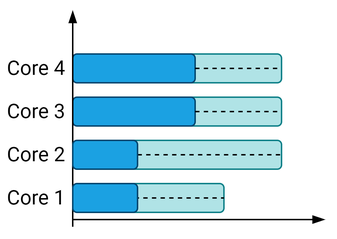
The draw.io diagram Notes/TFM_presentations/final/figures/drawings/state_example_merged_3.png in jmigual/APATeoria, before a commit. Source tidied: cells renumbered, new cells last; positions are measured from the earlier drawing's top-left corner, leaving out a move shared by most shapes. Source of this version:
```xml
<mxGraphModel math="1">
  <root>
    <mxCell id="0" />
    <mxCell id="1" parent="0" />
    <mxCell id="2" style="rounded=1;whiteSpace=wrap;html=1;align=center;fillColor=#b0e3e6;strokeColor=#0e8088;comic=0;fontSize=14;fontFamily=Roboto;FType=g;" parent="1" vertex="1">
      <mxGeometry x="75" y="120" width="80" height="20" as="geometry" />
    </mxCell>
    <mxCell id="3" value="Core 1" style="text;html=1;strokeColor=none;fillColor=none;align=center;verticalAlign=middle;whiteSpace=wrap;rounded=0;fontSize=14;fontColor=#000000;fontFamily=Roboto;FType=g;" parent="1" vertex="1">
      <mxGeometry y="120" width="50" height="20" as="geometry" />
    </mxCell>
    <mxCell id="4" value="Core 2" style="text;html=1;strokeColor=none;fillColor=none;align=center;verticalAlign=middle;whiteSpace=wrap;rounded=0;fontSize=14;fontColor=#000000;fontFamily=Roboto;FType=g;" parent="1" vertex="1">
      <mxGeometry y="90" width="50" height="20" as="geometry" />
    </mxCell>
    <mxCell id="5" value="Core 3" style="text;html=1;strokeColor=none;fillColor=none;align=center;verticalAlign=middle;whiteSpace=wrap;rounded=0;fontSize=14;fontColor=#000000;fontFamily=Roboto;FType=g;" parent="1" vertex="1">
      <mxGeometry y="60" width="50" height="20" as="geometry" />
    </mxCell>
    <mxCell id="6" style="endArrow=blockThin;html=1;endFill=1;fontFamily=Roboto;FType=g;" parent="1" edge="1">
      <mxGeometry relative="1" as="geometry">
        <mxPoint x="50" y="145" as="sourcePoint" />
        <mxPoint x="225" y="145" as="targetPoint" />
      </mxGeometry>
    </mxCell>
    <mxCell id="7" value="Core 4" style="text;html=1;strokeColor=none;fillColor=none;align=center;verticalAlign=middle;whiteSpace=wrap;rounded=0;fontSize=14;fontColor=#000000;fontFamily=Roboto;FType=g;" parent="1" vertex="1">
      <mxGeometry y="30" width="50" height="20" as="geometry" />
    </mxCell>
    <mxCell id="8" style="endArrow=none;dashed=1;html=1;entryX=1;entryY=0.5;entryDx=0;entryDy=0;exitX=0;exitY=0.5;exitDx=0;exitDy=0;" parent="1" edge="1" source="2" target="2">
      <mxGeometry relative="1" as="geometry" />
    </mxCell>
    <mxCell id="9" style="rounded=1;whiteSpace=wrap;html=1;align=center;fillColor=#b0e3e6;strokeColor=#0e8088;comic=0;fontSize=14;fontFamily=Roboto;FType=g;" parent="1" vertex="1">
      <mxGeometry x="65" y="90" width="130" height="20" as="geometry" />
    </mxCell>
    <mxCell id="10" style="endArrow=none;dashed=1;html=1;entryX=1;entryY=0.5;entryDx=0;entryDy=0;exitX=1;exitY=0.5;exitDx=0;exitDy=0;" parent="1" edge="1" source="19" target="9">
      <mxGeometry relative="1" as="geometry" />
    </mxCell>
    <mxCell id="11" style="rounded=1;whiteSpace=wrap;html=1;align=center;fillColor=#b0e3e6;strokeColor=#0e8088;comic=0;fontSize=14;fontFamily=Roboto;FType=g;" parent="1" vertex="1">
      <mxGeometry x="65" y="60" width="130" height="20" as="geometry" />
    </mxCell>
    <mxCell id="12" style="rounded=1;whiteSpace=wrap;html=1;align=center;fillColor=#1ba1e2;fontColor=#ffffff;comic=0;fontSize=14;fontFamily=Roboto;FType=g;strokeColor=#00456E;" parent="1" vertex="1">
      <mxGeometry x="50" y="60" width="85" height="20" as="geometry" />
    </mxCell>
    <mxCell id="13" style="endArrow=none;dashed=1;html=1;entryX=1;entryY=0.5;entryDx=0;entryDy=0;exitX=1;exitY=0.5;exitDx=0;exitDy=0;" parent="1" edge="1" source="12" target="11">
      <mxGeometry relative="1" as="geometry" />
    </mxCell>
    <mxCell id="14" style="rounded=1;whiteSpace=wrap;html=1;align=center;fillColor=#b0e3e6;strokeColor=#0e8088;comic=0;fontSize=14;fontFamily=Roboto;FType=g;" parent="1" vertex="1">
      <mxGeometry x="115" y="30" width="80" height="20" as="geometry" />
    </mxCell>
    <mxCell id="15" style="rounded=1;whiteSpace=wrap;html=1;align=center;fillColor=#1ba1e2;fontColor=#ffffff;comic=0;fontSize=14;fontFamily=Roboto;FType=g;strokeColor=#00456E;" parent="1" vertex="1">
      <mxGeometry x="50" y="30" width="85" height="20" as="geometry" />
    </mxCell>
    <mxCell id="16" style="endArrow=none;dashed=1;html=1;entryX=1;entryY=0.5;entryDx=0;entryDy=0;exitX=1;exitY=0.5;exitDx=0;exitDy=0;" parent="1" edge="1" source="15" target="14">
      <mxGeometry relative="1" as="geometry" />
    </mxCell>
    <mxCell id="17" style="endArrow=blockThin;html=1;strokeColor=#000000;endFill=1;exitX=0.5;exitY=0;exitDx=0;exitDy=0;fontFamily=Roboto;FType=g;" parent="1" edge="1">
      <mxGeometry relative="1" as="geometry">
        <mxPoint x="50" y="150" as="sourcePoint" />
        <mxPoint x="50" as="targetPoint" />
      </mxGeometry>
    </mxCell>
    <mxCell id="18" style="rounded=1;whiteSpace=wrap;html=1;align=center;fillColor=#1ba1e2;fontColor=#ffffff;comic=0;fontSize=14;fontFamily=Roboto;FType=g;strokeColor=#00456E;" parent="1" vertex="1">
      <mxGeometry x="50" y="120" width="45" height="20" as="geometry" />
    </mxCell>
    <mxCell id="19" style="rounded=1;whiteSpace=wrap;html=1;align=center;fillColor=#1ba1e2;fontColor=#ffffff;comic=0;fontSize=14;fontFamily=Roboto;FType=g;strokeColor=#00456E;" parent="1" vertex="1">
      <mxGeometry x="50" y="90" width="45" height="20" as="geometry" />
    </mxCell>
  </root>
</mxGraphModel>
```
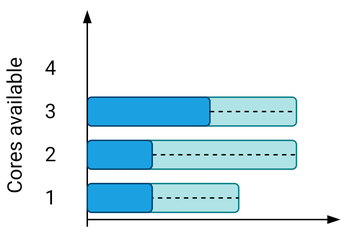
Above is the later version.

Diff of the diagram source:
```diff
@@ -3,64 +3,58 @@
     <mxCell id="0" />
     <mxCell id="1" parent="0" />
     <mxCell id="2" style="rounded=1;whiteSpace=wrap;html=1;align=center;fillColor=#b0e3e6;strokeColor=#0e8088;comic=0;fontSize=14;fontFamily=Roboto;FType=g;" parent="1" vertex="1">
-      <mxGeometry x="75" y="120" width="80" height="20" as="geometry" />
+      <mxGeometry x="75" y="305" width="80" height="20" as="geometry" />
     </mxCell>
-    <mxCell id="3" value="Core 1" style="text;html=1;strokeColor=none;fillColor=none;align=center;verticalAlign=middle;whiteSpace=wrap;rounded=0;fontSize=14;fontColor=#000000;fontFamily=Roboto;FType=g;" parent="1" vertex="1">
-      <mxGeometry y="120" width="50" height="20" as="geometry" />
+    <mxCell id="3" style="endArrow=blockThin;html=1;endFill=1;fontFamily=Roboto;FType=g;" parent="1" edge="1">
+      <mxGeometry relative="1" as="geometry">
+        <mxPoint x="50" y="330" as="sourcePoint" />
+        <mxPoint x="225" y="330" as="targetPoint" />
+      </mxGeometry>
     </mxCell>
-    <mxCell id="4" value="Core 2" style="text;html=1;strokeColor=none;fillColor=none;align=center;verticalAlign=middle;whiteSpace=wrap;rounded=0;fontSize=14;fontColor=#000000;fontFamily=Roboto;FType=g;" parent="1" vertex="1">
-      <mxGeometry y="90" width="50" height="20" as="geometry" />
+    <mxCell id="4" style="endArrow=none;dashed=1;html=1;entryX=1;entryY=0.5;entryDx=0;entryDy=0;exitX=0;exitY=0.5;exitDx=0;exitDy=0;" parent="1" edge="1" source="2" target="2">
+      <mxGeometry relative="1" as="geometry" />
     </mxCell>
-    <mxCell id="5" value="Core 3" style="text;html=1;strokeColor=none;fillColor=none;align=center;verticalAlign=middle;whiteSpace=wrap;rounded=0;fontSize=14;fontColor=#000000;fontFamily=Roboto;FType=g;" parent="1" vertex="1">
-      <mxGeometry y="60" width="50" height="20" as="geometry" />
+    <mxCell id="5" style="rounded=1;whiteSpace=wrap;html=1;align=center;fillColor=#b0e3e6;strokeColor=#0e8088;comic=0;fontSize=14;fontFamily=Roboto;FType=g;" parent="1" vertex="1">
+      <mxGeometry x="65" y="275" width="130" height="20" as="geometry" />
     </mxCell>
-    <mxCell id="6" style="endArrow=blockThin;html=1;endFill=1;fontFamily=Roboto;FType=g;" parent="1" edge="1">
-      <mxGeometry relative="1" as="geometry">
-        <mxPoint x="50" y="145" as="sourcePoint" />
-        <mxPoint x="225" y="145" as="targetPoint" />
-      </mxGeometry>
+    <mxCell id="6" style="endArrow=none;dashed=1;html=1;entryX=1;entryY=0.5;entryDx=0;entryDy=0;exitX=1;exitY=0.5;exitDx=0;exitDy=0;" parent="1" edge="1" source="12" target="5">
+      <mxGeometry relative="1" as="geometry" />
     </mxCell>
-    <mxCell id="7" value="Core 4" style="text;html=1;strokeColor=none;fillColor=none;align=center;verticalAlign=middle;whiteSpace=wrap;rounded=0;fontSize=14;fontColor=#000000;fontFamily=Roboto;FType=g;" parent="1" vertex="1">
-      <mxGeometry y="30" width="50" height="20" as="geometry" />
+    <mxCell id="7" style="rounded=1;whiteSpace=wrap;html=1;align=center;fillColor=#b0e3e6;strokeColor=#0e8088;comic=0;fontSize=14;fontFamily=Roboto;FType=g;" parent="1" vertex="1">
+      <mxGeometry x="65" y="245" width="130" height="20" as="geometry" />
     </mxCell>
-    <mxCell id="8" style="endArrow=none;dashed=1;html=1;entryX=1;entryY=0.5;entryDx=0;entryDy=0;exitX=0;exitY=0.5;exitDx=0;exitDy=0;" parent="1" edge="1" source="2" target="2">
-      <mxGeometry relative="1" as="geometry" />
+    <mxCell id="8" style="rounded=1;whiteSpace=wrap;html=1;align=center;fillColor=#1ba1e2;fontColor=#ffffff;comic=0;fontSize=14;fontFamily=Roboto;FType=g;strokeColor=#00456E;" parent="1" vertex="1">
+      <mxGeometry x="50" y="245" width="85" height="20" as="geometry" />
     </mxCell>
-    <mxCell id="9" style="rounded=1;whiteSpace=wrap;html=1;align=center;fillColor=#b0e3e6;strokeColor=#0e8088;comic=0;fontSize=14;fontFamily=Roboto;FType=g;" parent="1" vertex="1">
-      <mxGeometry x="65" y="90" width="130" height="20" as="geometry" />
+    <mxCell id="9" style="endArrow=none;dashed=1;html=1;entryX=1;entryY=0.5;entryDx=0;entryDy=0;exitX=1;exitY=0.5;exitDx=0;exitDy=0;" parent="1" edge="1" source="8" target="7">
+      <mxGeometry relative="1" as="geometry" />
     </mxCell>
-    <mxCell id="10" style="endArrow=none;dashed=1;html=1;entryX=1;entryY=0.5;entryDx=0;entryDy=0;exitX=1;exitY=0.5;exitDx=0;exitDy=0;" parent="1" edge="1" source="19" target="9">
-      <mxGeometry relative="1" as="geometry" />
+    <mxCell id="10" style="endArrow=blockThin;html=1;strokeColor=#000000;endFill=1;exitX=0.5;exitY=0;exitDx=0;exitDy=0;fontFamily=Roboto;FType=g;" parent="1" edge="1">
+      <mxGeometry relative="1" as="geometry">
+        <mxPoint x="50" y="335" as="sourcePoint" />
+        <mxPoint x="50" y="185" as="targetPoint" />
+      </mxGeometry>
     </mxCell>
-    <mxCell id="11" style="rounded=1;whiteSpace=wrap;html=1;align=center;fillColor=#b0e3e6;strokeColor=#0e8088;comic=0;fontSize=14;fontFamily=Roboto;FType=g;" parent="1" vertex="1">
-      <mxGeometry x="65" y="60" width="130" height="20" as="geometry" />
+    <mxCell id="11" style="rounded=1;whiteSpace=wrap;html=1;align=center;fillColor=#1ba1e2;fontColor=#ffffff;comic=0;fontSize=14;fontFamily=Roboto;FType=g;strokeColor=#00456E;" parent="1" vertex="1">
+      <mxGeometry x="50" y="305" width="45" height="20" as="geometry" />
     </mxCell>
     <mxCell id="12" style="rounded=1;whiteSpace=wrap;html=1;align=center;fillColor=#1ba1e2;fontColor=#ffffff;comic=0;fontSize=14;fontFamily=Roboto;FType=g;strokeColor=#00456E;" parent="1" vertex="1">
-      <mxGeometry x="50" y="60" width="85" height="20" as="geometry" />
+      <mxGeometry x="50" y="275" width="45" height="20" as="geometry" />
     </mxCell>
-    <mxCell id="13" style="endArrow=none;dashed=1;html=1;entryX=1;entryY=0.5;entryDx=0;entryDy=0;exitX=1;exitY=0.5;exitDx=0;exitDy=0;" parent="1" edge="1" source="12" target="11">
-      <mxGeometry relative="1" as="geometry" />
+    <mxCell id="13" value="1" style="text;html=1;strokeColor=none;fillColor=none;align=center;verticalAlign=middle;whiteSpace=wrap;rounded=0;fontSize=14;fontColor=#000000;fontFamily=Roboto;FType=g;" parent="1" vertex="1">
+      <mxGeometry y="305" width="50" height="20" as="geometry" />
     </mxCell>
-    <mxCell id="14" style="rounded=1;whiteSpace=wrap;html=1;align=center;fillColor=#b0e3e6;strokeColor=#0e8088;comic=0;fontSize=14;fontFamily=Roboto;FType=g;" parent="1" vertex="1">
-      <mxGeometry x="115" y="30" width="80" height="20" as="geometry" />
+    <mxCell id="14" value="2" style="text;html=1;strokeColor=none;fillColor=none;align=center;verticalAlign=middle;whiteSpace=wrap;rounded=0;fontSize=14;fontColor=#000000;fontFamily=Roboto;FType=g;" parent="1" vertex="1">
+      <mxGeometry y="275" width="50" height="20" as="geometry" />
     </mxCell>
-    <mxCell id="15" style="rounded=1;whiteSpace=wrap;html=1;align=center;fillColor=#1ba1e2;fontColor=#ffffff;comic=0;fontSize=14;fontFamily=Roboto;FType=g;strokeColor=#00456E;" parent="1" vertex="1">
-      <mxGeometry x="50" y="30" width="85" height="20" as="geometry" />
+    <mxCell id="15" value="3" style="text;html=1;strokeColor=none;fillColor=none;align=center;verticalAlign=middle;whiteSpace=wrap;rounded=0;fontSize=14;fontColor=#000000;fontFamily=Roboto;FType=g;" parent="1" vertex="1">
+      <mxGeometry y="245" width="50" height="20" as="geometry" />
     </mxCell>
-    <mxCell id="16" style="endArrow=none;dashed=1;html=1;entryX=1;entryY=0.5;entryDx=0;entryDy=0;exitX=1;exitY=0.5;exitDx=0;exitDy=0;" parent="1" edge="1" source="15" target="14">
-      <mxGeometry relative="1" as="geometry" />
+    <mxCell id="16" value="4" style="text;html=1;strokeColor=none;fillColor=none;align=center;verticalAlign=middle;whiteSpace=wrap;rounded=0;fontSize=14;fontColor=#000000;fontFamily=Roboto;FType=g;" parent="1" vertex="1">
+      <mxGeometry y="215" width="50" height="20" as="geometry" />
     </mxCell>
-    <mxCell id="17" style="endArrow=blockThin;html=1;strokeColor=#000000;endFill=1;exitX=0.5;exitY=0;exitDx=0;exitDy=0;fontFamily=Roboto;FType=g;" parent="1" edge="1">
-      <mxGeometry relative="1" as="geometry">
-        <mxPoint x="50" y="150" as="sourcePoint" />
-        <mxPoint x="50" as="targetPoint" />
-      </mxGeometry>
+    <mxCell id="17" value="Cores available" style="text;html=1;strokeColor=none;fillColor=none;align=center;verticalAlign=middle;whiteSpace=wrap;rounded=0;fontSize=14;fontColor=#000000;fontFamily=Roboto;FType=g;rotation=-90;" parent="1" vertex="1">
+      <mxGeometry x="-55" y="255" width="110" height="20" as="geometry" />
     </mxCell>
-    <mxCell id="18" style="rounded=1;whiteSpace=wrap;html=1;align=center;fillColor=#1ba1e2;fontColor=#ffffff;comic=0;fontSize=14;fontFamily=Roboto;FType=g;strokeColor=#00456E;" parent="1" vertex="1">
-      <mxGeometry x="50" y="120" width="45" height="20" as="geometry" />
-    </mxCell>
-    <mxCell id="19" style="rounded=1;whiteSpace=wrap;html=1;align=center;fillColor=#1ba1e2;fontColor=#ffffff;comic=0;fontSize=14;fontFamily=Roboto;FType=g;strokeColor=#00456E;" parent="1" vertex="1">
-      <mxGeometry x="50" y="90" width="45" height="20" as="geometry" />
-    </mxCell>
   </root>
 </mxGraphModel>
```
